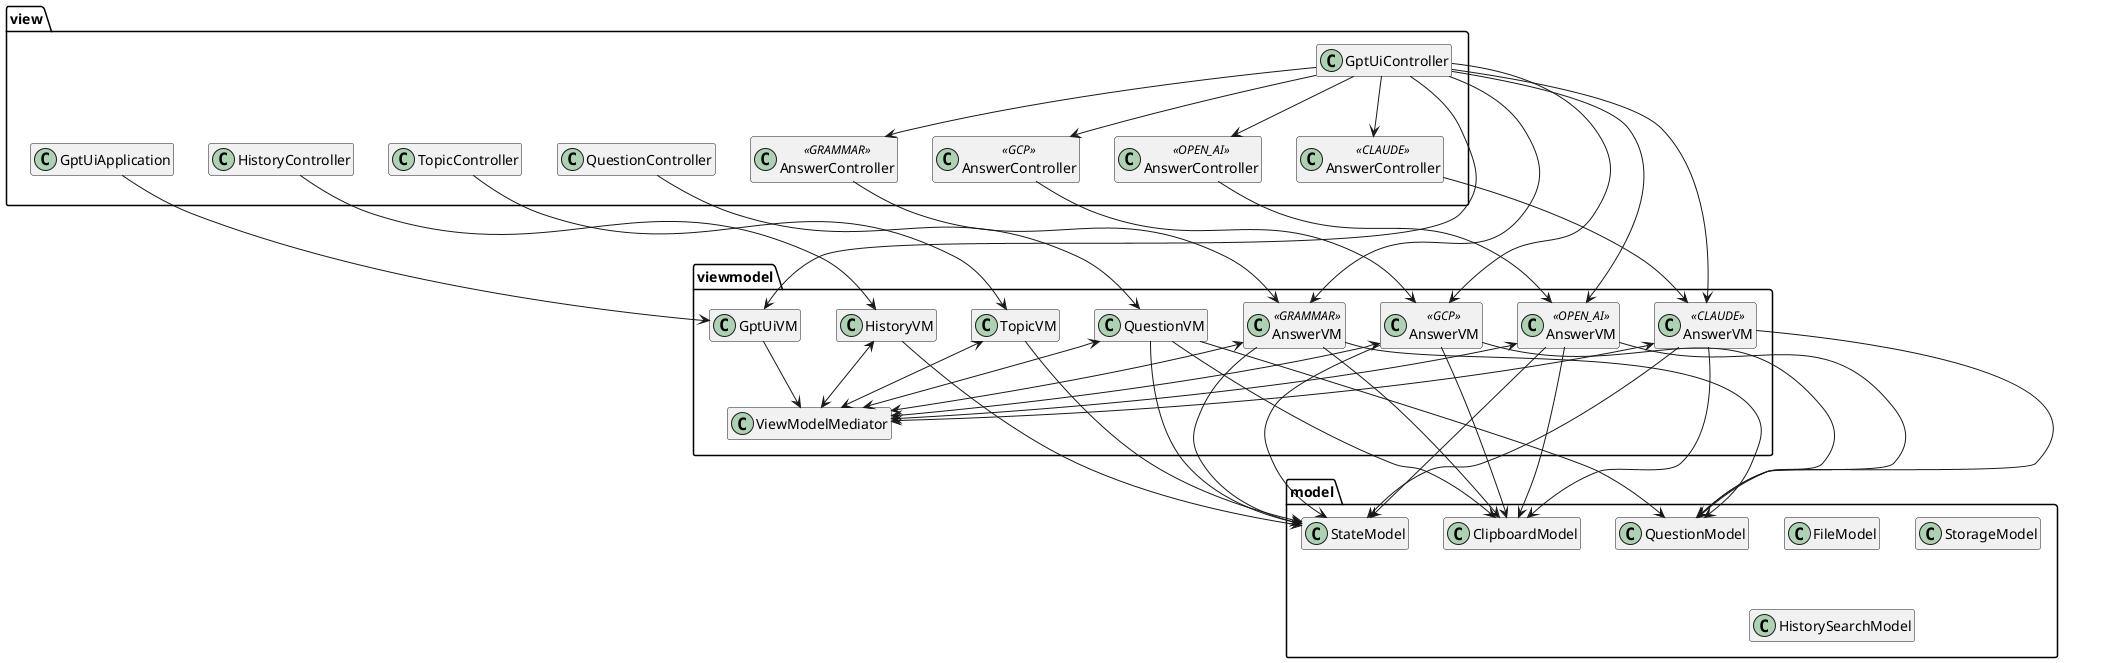
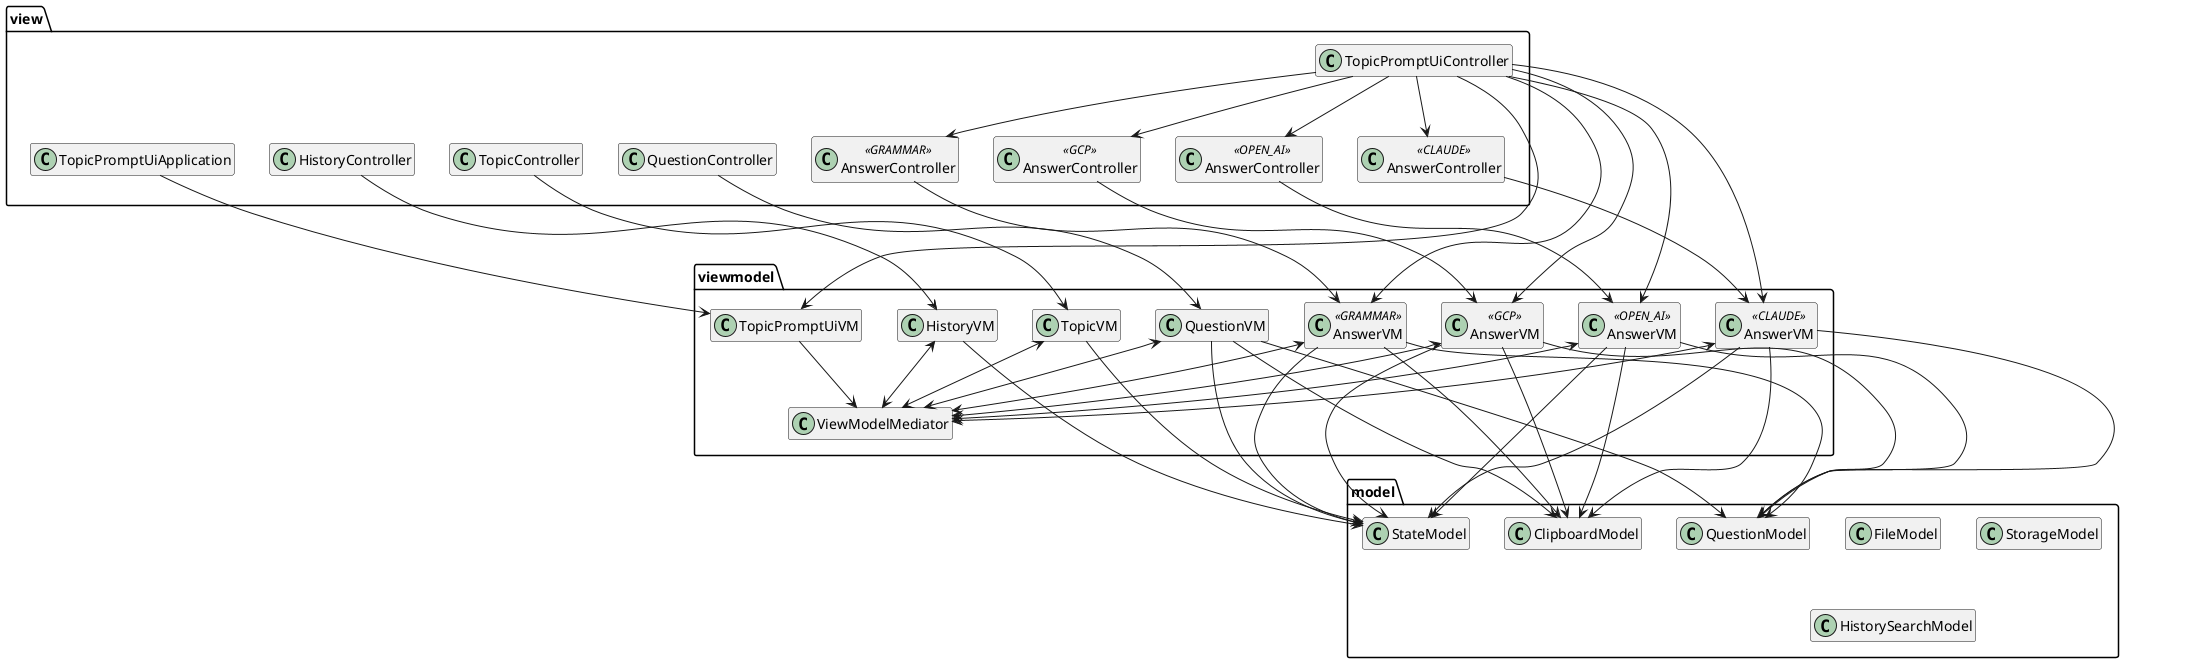
@startuml
hide empty members

package view {
-     class GptUiController
+     class TopicPromptUiController
    together {
-         class GptUiApplication
+         class TopicPromptUiApplication
        class "AnswerController" as grammarAnswerController <<GRAMMAR>>
        class "AnswerController" as openAiAnswerController <<OPEN_AI>>
        class "AnswerController" as claudeAnswerController <<CLAUDE>>
        class "AnswerController" as gcpAnswerController <<GCP>>
        class HistoryController
        class QuestionController
        class TopicController
    }
}

package viewmodel {
    class "AnswerVM" as grammarAnswerVM <<GRAMMAR>>
    class "AnswerVM" as openAiAnswerVM <<OPEN_AI>>
    class "AnswerVM" as claudeAnswerVM <<CLAUDE>>
    class "AnswerVM" as gcpAnswerVM <<GCP>>
-     class GptUiVM
+     class TopicPromptUiVM
    class HistoryVM
    class QuestionVM
    class TopicVM
    class ViewModelMediator
}

package model{
    class StateModel
    class ClipboardModel
    class FileModel
    class QuestionModel
    class StorageModel
    class HistorySearchModel
}

TopicController ---> TopicVM
QuestionController ---> QuestionVM
HistoryController ---> HistoryVM
grammarAnswerController --> grammarAnswerVM
openAiAnswerController --> openAiAnswerVM
claudeAnswerController --> claudeAnswerVM
gcpAnswerController --> gcpAnswerVM
- GptUiApplication --> GptUiVM
+ TopicPromptUiApplication --> TopicPromptUiVM

- GptUiController --> grammarAnswerController
- GptUiController --> openAiAnswerController
- GptUiController --> claudeAnswerController
- GptUiController --> gcpAnswerController
+ TopicPromptUiController --> grammarAnswerController
+ TopicPromptUiController --> openAiAnswerController
+ TopicPromptUiController --> claudeAnswerController
+ TopicPromptUiController --> gcpAnswerController

- GptUiController --> GptUiVM
- GptUiController --> grammarAnswerVM
- GptUiController --> openAiAnswerVM
- GptUiController --> claudeAnswerVM
- GptUiController --> gcpAnswerVM
+ TopicPromptUiController --> TopicPromptUiVM
+ TopicPromptUiController --> grammarAnswerVM
+ TopicPromptUiController --> openAiAnswerVM
+ TopicPromptUiController --> claudeAnswerVM
+ TopicPromptUiController --> gcpAnswerVM

TopicVM <--> ViewModelMediator
QuestionVM <--> ViewModelMediator
HistoryVM <--> ViewModelMediator
- GptUiVM --> ViewModelMediator
+ TopicPromptUiVM --> ViewModelMediator
grammarAnswerVM <--> ViewModelMediator
openAiAnswerVM <--> ViewModelMediator
claudeAnswerVM <--> ViewModelMediator
gcpAnswerVM <--> ViewModelMediator

TopicVM ---> StateModel
HistoryVM ---> StateModel
QuestionVM ---> StateModel
QuestionVM ---> QuestionModel
QuestionVM ---> ClipboardModel

grammarAnswerVM --> StateModel
openAiAnswerVM --> StateModel
claudeAnswerVM --> StateModel
gcpAnswerVM --> StateModel

grammarAnswerVM --> QuestionModel
openAiAnswerVM --> QuestionModel
claudeAnswerVM --> QuestionModel
gcpAnswerVM --> QuestionModel

grammarAnswerVM --> ClipboardModel
openAiAnswerVM --> ClipboardModel
claudeAnswerVM --> ClipboardModel
gcpAnswerVM --> ClipboardModel


@enduml